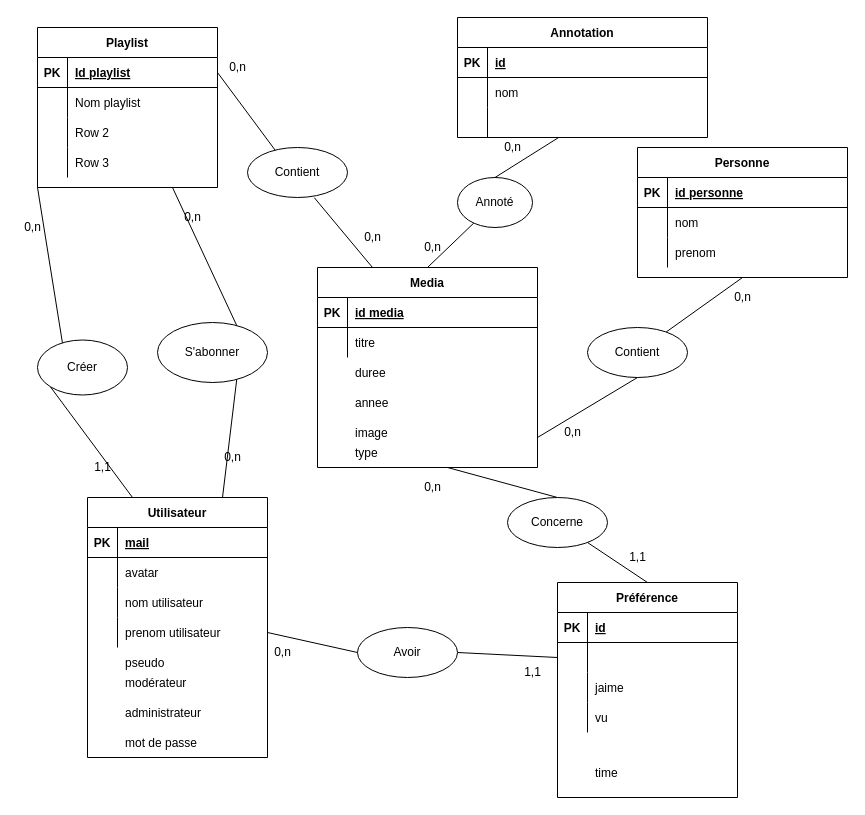
johanneclc/CDAW_2022 keeps this draw.io diagram as public/MCD.drawio. Above is the earlier version. Source tidied: cells renumbered, new cells numbered last; positions are measured from the earlier drawing's top-left corner, leaving out a move shared by most shapes. Both pictures are drawn from the tidied source at 100%, with x=0, y=0 at pixel (17, 17).
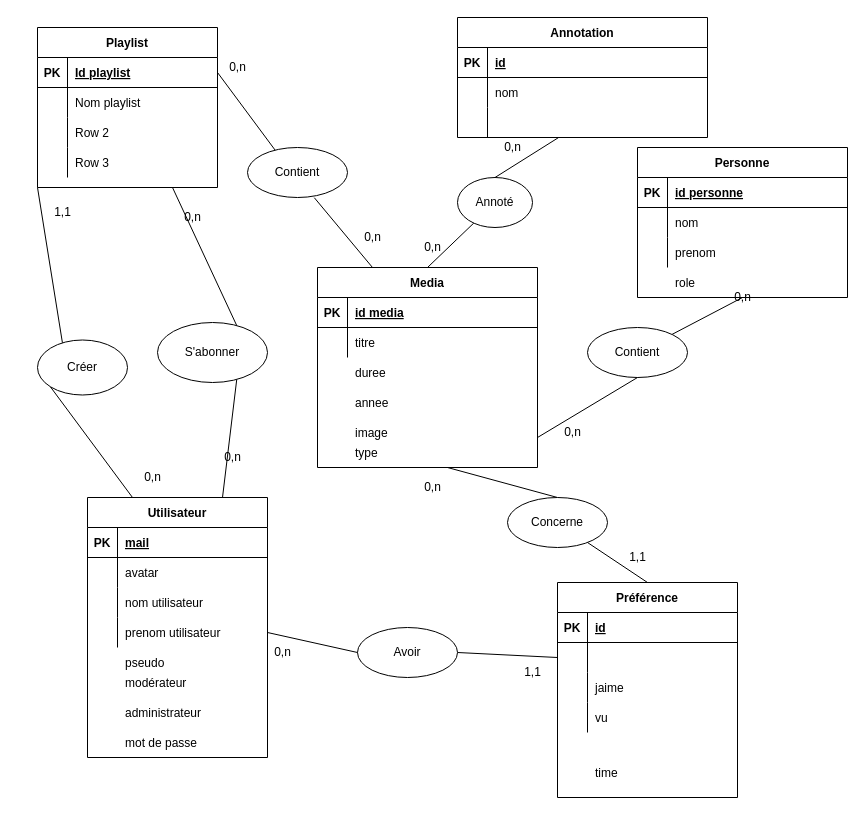
The same diagram, later.

Change to the diagram source:
```diff
@@
     <mxCell id="12" value="Personne" style="shape=table;startSize=30;childLayout=tableLayout;rowLines=0;fontStyle=1;align=center;" parent="1" vertex="1">
-      <mxGeometry x="620" y="130" width="210" height="130" as="geometry" />
+      <mxGeometry x="620" y="130" width="210" height="150" as="geometry" />
     </mxCell>
@@
     <mxCell id="71" value="0,n" style="text;html=1;align=center;verticalAlign=middle;strokeColor=none;fillColor=none;" parent="1" vertex="1">
-      <mxGeometry y="200" width="30" height="20" as="geometry" />
+      <mxGeometry x="120" y="450" width="30" height="20" as="geometry" />
     </mxCell>
     <mxCell id="72" value="1,1" style="text;html=1;align=center;verticalAlign=middle;strokeColor=none;fillColor=none;" parent="1" vertex="1">
-      <mxGeometry x="70" y="440" width="30" height="20" as="geometry" />
+      <mxGeometry x="30" y="185" width="30" height="20" as="geometry" />
     </mxCell>
@@
+    <mxCell id="113" value="role" style="shape=partialRectangle;overflow=hidden;fillColor=none;top=0;left=0;bottom=0;right=0;align=left;spacingLeft=6;" parent="1" vertex="1">
+      <mxGeometry x="650" y="250" width="180" height="30" as="geometry" />
+    </mxCell>
```
